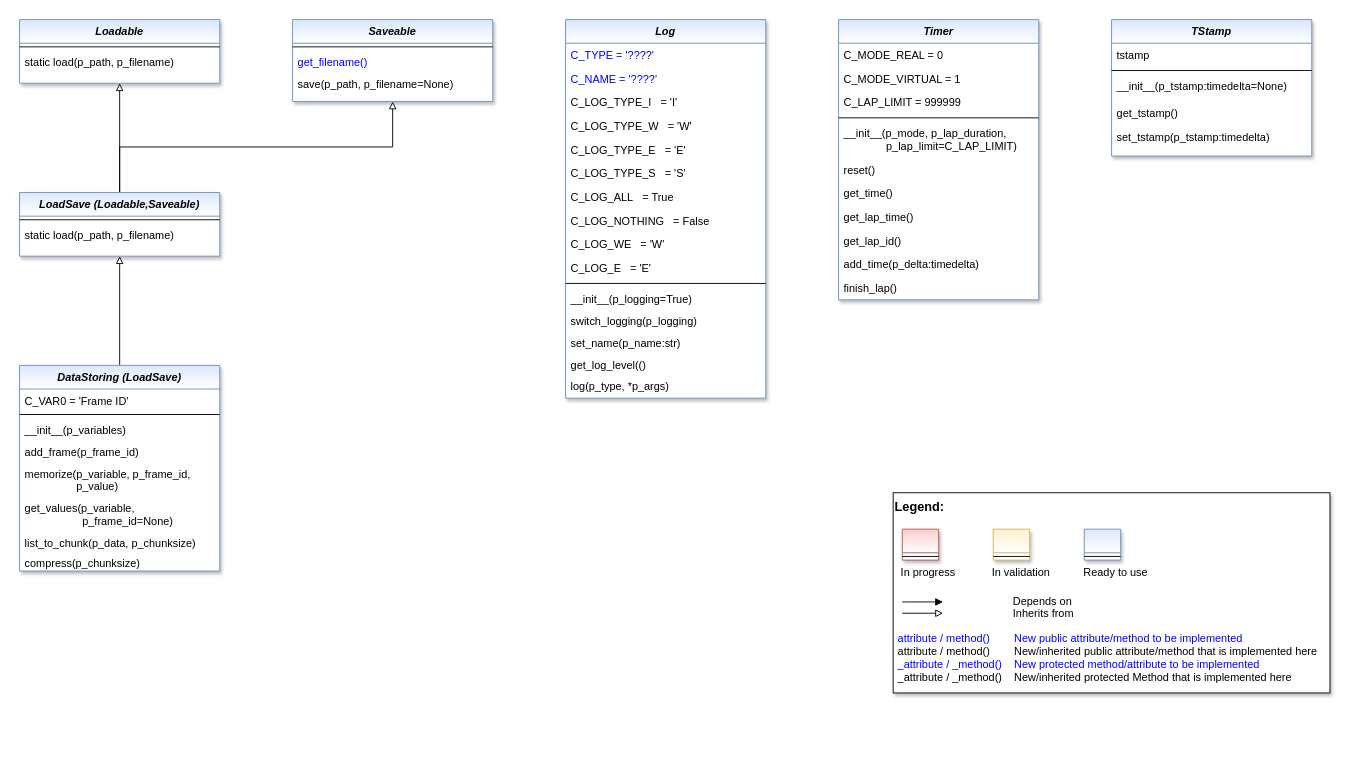
Above: doc/rtd/content/04_appendices/appendix2/sub/core/images/bf/MLPro-BF-Various_class_diagram.drawio in fhswf/MLPro (draw.io), before the change. Source tidied: cells renumbered, new cells numbered last; positions are measured from the earlier drawing's top-left corner, leaving out a move shared by most shapes. Both pictures are drawn from the tidied source at 91%, with x=0, y=0 at pixel (19, 19).
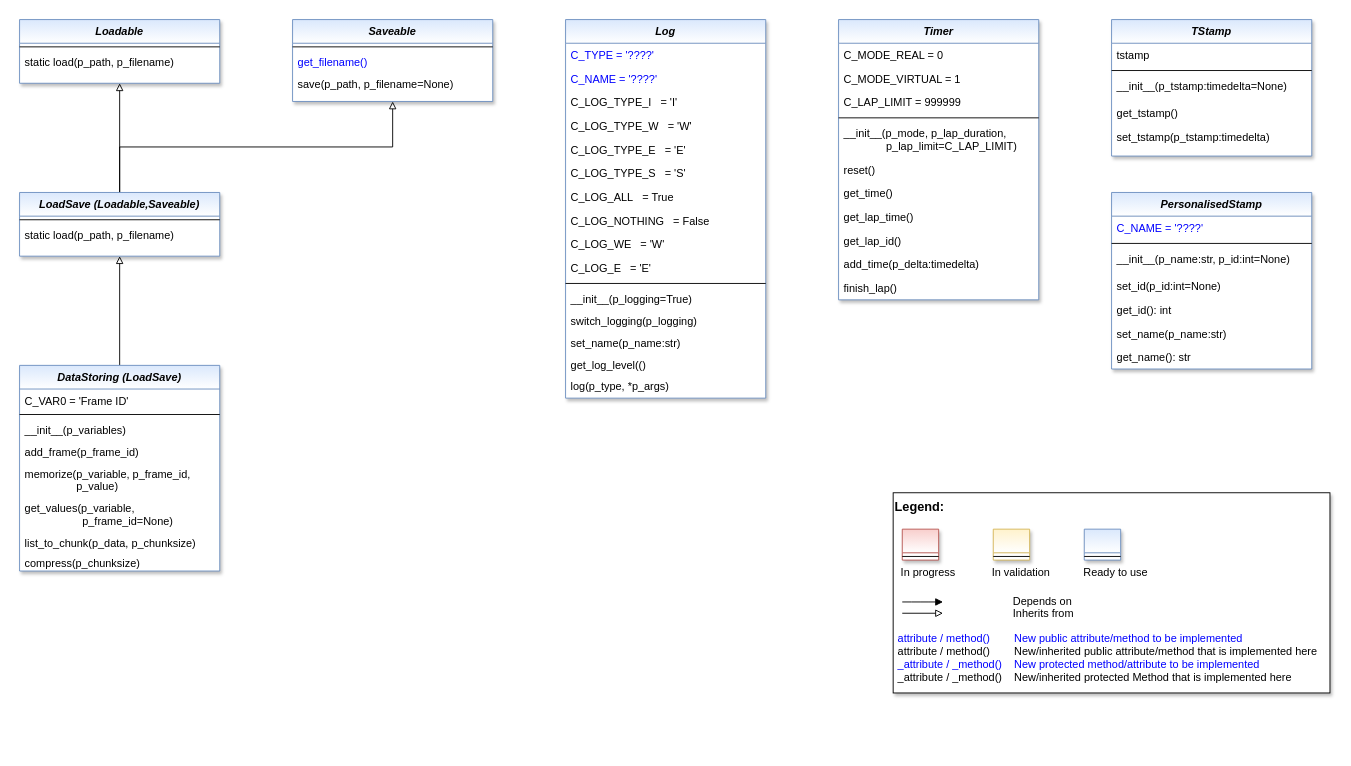
After the change.

What changed in the source:
```diff
@@
+    <mxCell id="69" value="PersonalisedStamp" style="swimlane;fontStyle=3;align=center;verticalAlign=top;horizontal=1;startSize=26;rounded=0;shadow=1;strokeWidth=1;fillColor=#dae8fc;strokeColor=#6c8ebf;gradientColor=#FFFFFF;swimlaneFillColor=#FFFFFF;" parent="1" vertex="1">
+      <mxGeometry x="1200" y="190" width="220" height="194" as="geometry" />
+    </mxCell>
+    <mxCell id="70" value="C_NAME = '????'&#10;" style="text;align=left;verticalAlign=top;spacingLeft=4;spacingRight=4;overflow=hidden;fontColor=#0000FF;" parent="69" vertex="1">
+      <mxGeometry y="26" width="220" height="26" as="geometry" />
+    </mxCell>
+    <mxCell id="71" style="line;html=1;strokeWidth=1;align=left;verticalAlign=middle;spacingTop=-1;spacingLeft=3;spacingRight=3;labelPosition=right;" parent="69" vertex="1">
+      <mxGeometry y="52" width="220" height="8" as="geometry" />
+    </mxCell>
+    <mxCell id="72" value="__init__(p_name:str, p_id:int=None)" style="text;align=left;verticalAlign=top;spacingLeft=4;spacingRight=4;overflow=hidden;" parent="69" vertex="1">
+      <mxGeometry y="60" width="220" height="30" as="geometry" />
+    </mxCell>
+    <mxCell id="73" value="set_id(p_id:int=None)" style="text;align=left;verticalAlign=top;spacingLeft=4;spacingRight=4;overflow=hidden;" parent="69" vertex="1">
+      <mxGeometry y="90" width="220" height="26" as="geometry" />
+    </mxCell>
+    <mxCell id="74" value="get_id(): int" style="text;align=left;verticalAlign=top;spacingLeft=4;spacingRight=4;overflow=hidden;" parent="69" vertex="1">
+      <mxGeometry y="116" width="220" height="26" as="geometry" />
+    </mxCell>
+    <mxCell id="75" value="set_name(p_name:str)" style="text;align=left;verticalAlign=top;spacingLeft=4;spacingRight=4;overflow=hidden;" parent="69" vertex="1">
+      <mxGeometry y="142" width="220" height="26" as="geometry" />
+    </mxCell>
+    <mxCell id="76" value="get_name(): str" style="text;align=left;verticalAlign=top;spacingLeft=4;spacingRight=4;overflow=hidden;" parent="69" vertex="1">
+      <mxGeometry y="168" width="220" height="26" as="geometry" />
+    </mxCell>
```
